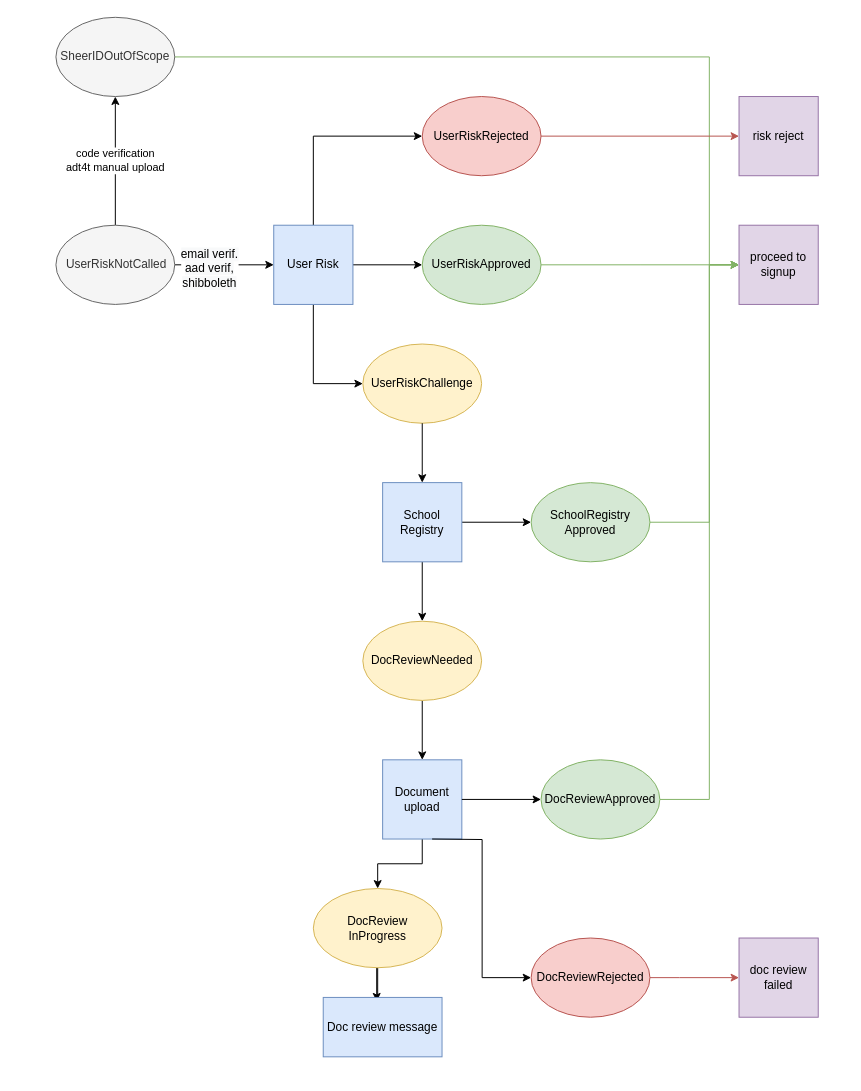
This is 1.drawio from sauravbhattacharya001/sauravbhattacharya001, a draw.io file, before an edit. Source tidied: cells renumbered, new cells numbered last; positions are measured from the earlier drawing's top-left corner, leaving out a move shared by most shapes. Both pictures are drawn from the tidied source at 99%, with x=0, y=0 at pixel (55, 17).
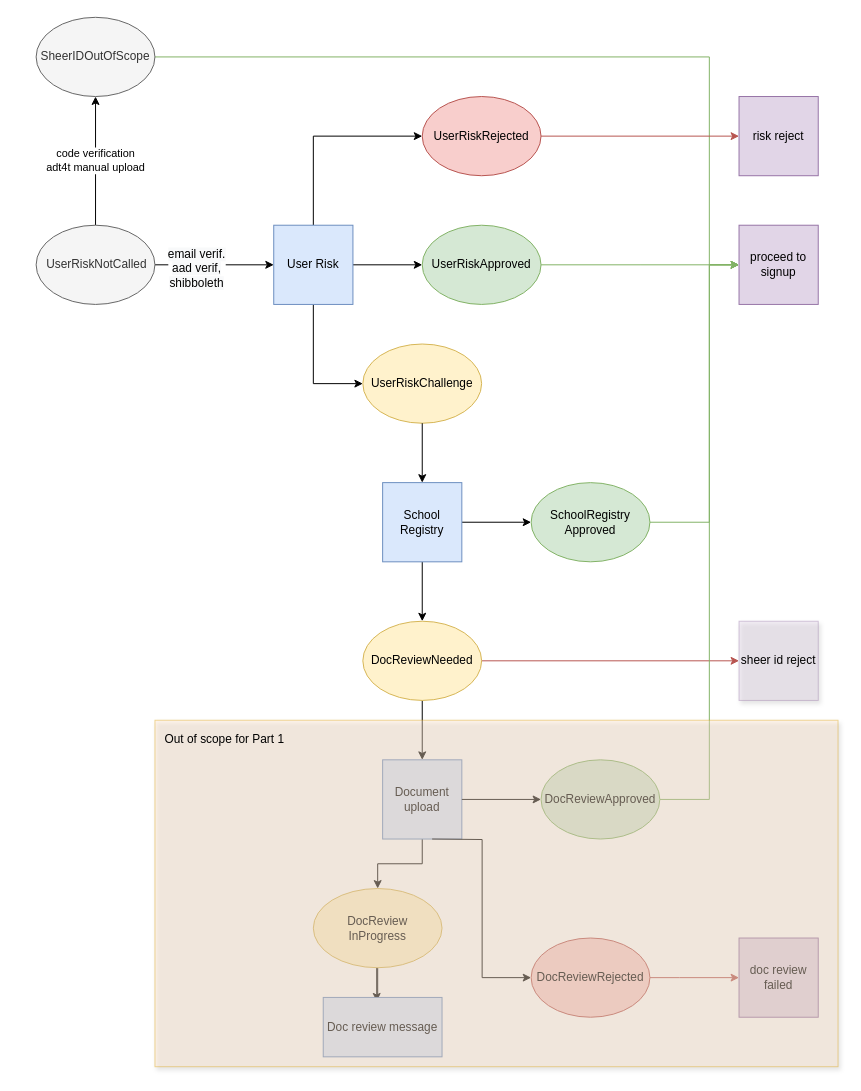
After the change.

The change refers to these unchanged cells:
```xml
<mxCell id="24" value="DocReviewNeeded" style="ellipse;whiteSpace=wrap;html=1;fillColor=#fff2cc;strokeColor=#d6b656;" parent="1" vertex="1">
  <mxGeometry x="310" y="610" width="120" height="80" as="geometry" />
</mxCell>
```

Change to the diagram source:
```diff
@@
     <mxCell id="5" value="&lt;p class=&quot;MsoListParagraph&quot; style=&quot;text-indent: -0.25in&quot;&gt;&amp;nbsp; &amp;nbsp; &amp;nbsp; &amp;nbsp; &amp;nbsp;UserRiskNotCalled&amp;nbsp;&lt;/p&gt;" style="ellipse;whiteSpace=wrap;html=1;fillColor=#f5f5f5;strokeColor=#666666;fontColor=#333333;" parent="1" vertex="1">
-      <mxGeometry y="210" width="120" height="80" as="geometry" />
+      <mxGeometry x="-20" y="210" width="120" height="80" as="geometry" />
     </mxCell>
@@
     <mxCell id="7" value="SheerIDOutOfScope&lt;br&gt;" style="ellipse;whiteSpace=wrap;html=1;fillColor=#f5f5f5;strokeColor=#666666;fontColor=#333333;" parent="1" vertex="1">
-      <mxGeometry width="120" height="80" as="geometry" />
+      <mxGeometry x="-20" width="120" height="80" as="geometry" />
     </mxCell>
@@
+    <mxCell id="40" style="edgeStyle=orthogonalEdgeStyle;rounded=0;jettySize=auto;html=1;exitX=1;exitY=0.5;exitDx=0;exitDy=0;entryX=0;entryY=0.5;entryDx=0;entryDy=0;fillColor=#f8cecc;strokeColor=#b85450;" parent="1" edge="1" source="24" target="43">
+      <mxGeometry relative="1" as="geometry" />
+    </mxCell>
@@
+    <mxCell id="41" style="rounded=0;whiteSpace=wrap;html=1;fillColor=#ffe6cc;strokeColor=#d79b00;opacity=40;shadow=1;" parent="1" vertex="1">
+      <mxGeometry x="100" y="710" width="690" height="350" as="geometry" />
+    </mxCell>
+    <mxCell id="42" value="Out of scope for Part 1" style="text;html=1;align=center;verticalAlign=middle;strokeColor=none;fillColor=none;" parent="1" vertex="1">
+      <mxGeometry x="100" y="720" width="140" height="20" as="geometry" />
+    </mxCell>
+    <mxCell id="43" value="sheer id reject" style="whiteSpace=wrap;html=1;shadow=1;strokeColor=#9673a6;fillColor=#e1d5e7;opacity=40;" parent="1" vertex="1">
+      <mxGeometry x="690" y="610" width="80" height="80" as="geometry" />
+    </mxCell>
```
